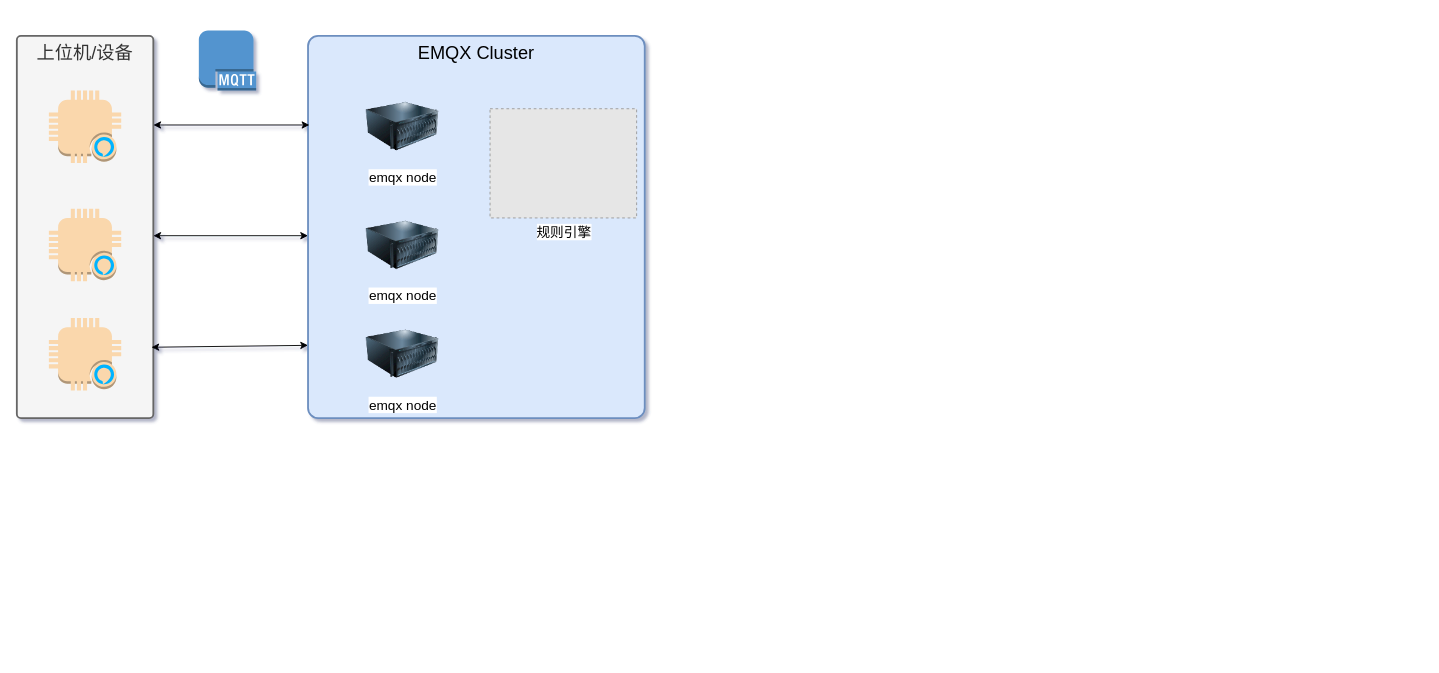
Before: 热工系统架构图.drawio in wandun/drawIo, a draw.io diagram. Source tidied: cells renumbered, new cells numbered last; positions are measured from the earlier drawing's top-left corner, leaving out a move shared by most shapes. Both pictures are drawn from the tidied source at 91%, with x=0, y=0 at pixel (16, 30). Pictures stored in the file or linked from it are replaced by grey dashed boxes.
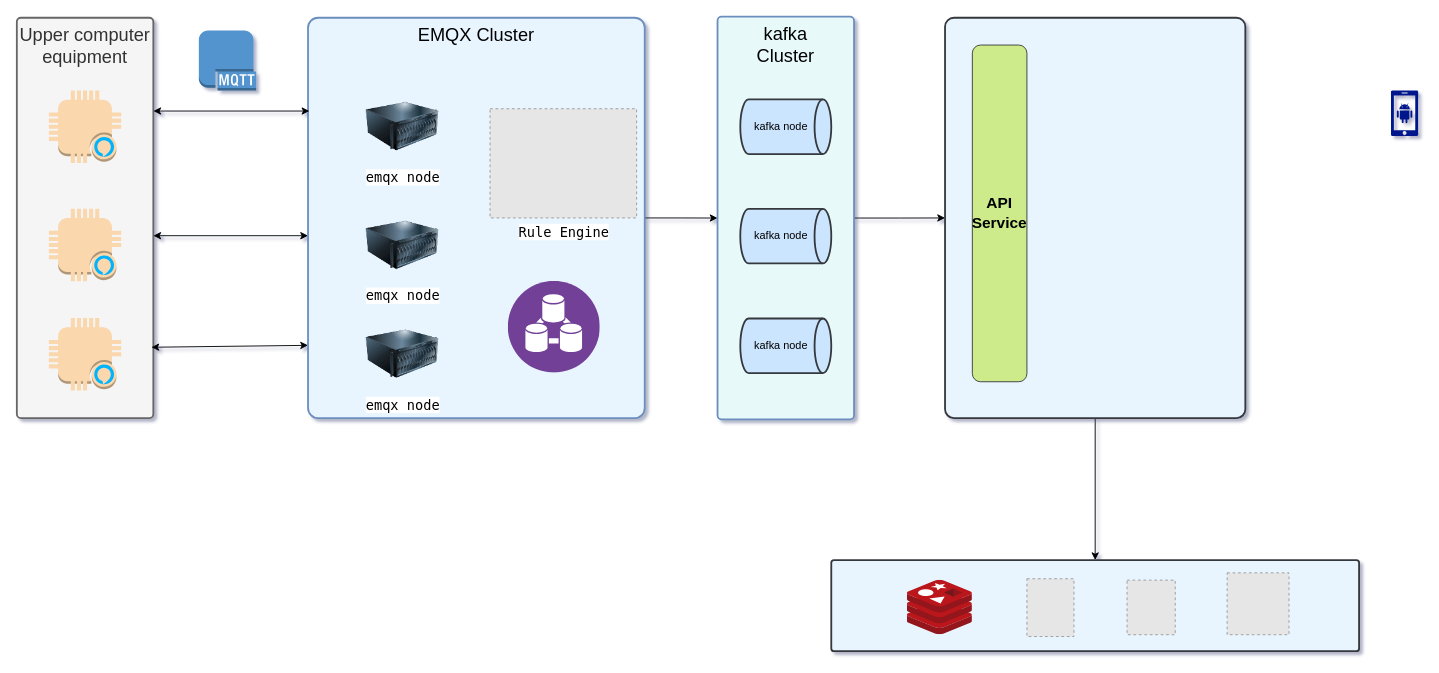
The same page after the edit.

Commit message (it also covers changes not shown here):
更新热工系统架构图.drawio

Change to the diagram source:
```diff
@@
-    <mxCell id="2" value="&lt;font style=&quot;font-size: 20px;&quot;&gt;上位机/设备&lt;/font&gt;" style="rounded=1;whiteSpace=wrap;html=1;shadow=0;strokeWidth=2;fontSize=12;align=center;arcSize=3;verticalAlign=top;fillColor=#f5f5f5;fontColor=#333333;strokeColor=#666666;" parent="1" vertex="1">
-      <mxGeometry y="6" width="150" height="420" as="geometry" />
+    <mxCell id="2" value="&lt;font style=&quot;font-size: 20px;&quot;&gt;Upper computer equipment&lt;/font&gt;" style="rounded=1;whiteSpace=wrap;html=1;shadow=0;strokeWidth=2;fontSize=12;align=center;arcSize=3;verticalAlign=top;fillColor=#f5f5f5;fontColor=#333333;strokeColor=#666666;" parent="1" vertex="1">
+      <mxGeometry y="-14" width="150" height="440" as="geometry" />
     </mxCell>
@@
+    <mxCell id="15" style="edgeStyle=orthogonalEdgeStyle;rounded=0;jettySize=auto;html=1;fontFamily=Helvetica;fontSize=12;fontColor=default;" parent="1" edge="1" source="6" target="17">
+      <mxGeometry relative="1" as="geometry" />
+    </mxCell>
-    <mxCell id="6" value="&lt;font style=&quot;font-size: 20px;&quot;&gt;EMQX Cluster&lt;/font&gt;" style="rounded=1;whiteSpace=wrap;html=1;shadow=0;strokeWidth=2;fontSize=12;align=center;arcSize=3;verticalAlign=top;fillColor=#dae8fc;strokeColor=#6c8ebf;" parent="1" vertex="1">
-      <mxGeometry x="320" y="6" width="370" height="420" as="geometry" />
+    <mxCell id="6" value="&lt;font style=&quot;font-size: 20px;&quot;&gt;EMQX Cluster&lt;/font&gt;" style="rounded=1;whiteSpace=wrap;html=1;shadow=0;strokeWidth=2;fontSize=12;align=center;arcSize=3;verticalAlign=top;fillColor=#E8F5FF;strokeColor=#6c8ebf;" parent="1" vertex="1">
+      <mxGeometry x="320" y="-14" width="370" height="440" as="geometry" />
     </mxCell>
@@
-    <mxCell id="11" value="&lt;font color=&quot;#000000&quot; style=&quot;font-size: 15px;&quot;&gt;emqx node&lt;/font&gt;" style="image;html=1;image=img/lib/clip_art/computers/Server_128x128.png;labelBackgroundColor=default;strokeColor=default;align=center;verticalAlign=top;fontFamily=Helvetica;fontSize=12;fontColor=#75FF30;fillColor=default;" parent="1" vertex="1">
+    <mxCell id="11" value="&lt;font face=&quot;Lucida Console&quot; color=&quot;#000000&quot; style=&quot;font-size: 15px;&quot;&gt;emqx node&lt;/font&gt;" style="image;html=1;image=img/lib/clip_art/computers/Server_128x128.png;labelBackgroundColor=default;strokeColor=default;align=center;verticalAlign=top;fontFamily=Helvetica;fontSize=12;fontColor=#75FF30;fillColor=default;" parent="1" vertex="1">
       <mxGeometry x="384" y="65.5" width="80" height="80" as="geometry" />
     </mxCell>
-    <mxCell id="12" value="&lt;font color=&quot;#000000&quot; style=&quot;font-size: 15px;&quot;&gt;emqx node&lt;/font&gt;" style="image;html=1;image=img/lib/clip_art/computers/Server_128x128.png;labelBackgroundColor=default;strokeColor=default;align=center;verticalAlign=top;fontFamily=Helvetica;fontSize=12;fontColor=#75FF30;fillColor=default;" parent="1" vertex="1">
+    <mxCell id="12" value="&lt;font face=&quot;Lucida Console&quot; color=&quot;#000000&quot; style=&quot;font-size: 15px;&quot;&gt;emqx node&lt;/font&gt;" style="image;html=1;image=img/lib/clip_art/computers/Server_128x128.png;labelBackgroundColor=default;strokeColor=default;align=center;verticalAlign=top;fontFamily=Helvetica;fontSize=12;fontColor=#75FF30;fillColor=default;" parent="1" vertex="1">
       <mxGeometry x="384" y="196" width="80" height="80" as="geometry" />
     </mxCell>
-    <mxCell id="13" value="&lt;font color=&quot;#000000&quot; style=&quot;font-size: 15px;&quot;&gt;emqx node&lt;/font&gt;" style="image;html=1;image=img/lib/clip_art/computers/Server_128x128.png;labelBackgroundColor=default;strokeColor=default;align=center;verticalAlign=top;fontFamily=Helvetica;fontSize=12;fontColor=#75FF30;fillColor=default;" parent="1" vertex="1">
+    <mxCell id="13" value="&lt;font face=&quot;Lucida Console&quot; color=&quot;#000000&quot; style=&quot;font-size: 15px;&quot;&gt;emqx node&lt;/font&gt;" style="image;html=1;image=img/lib/clip_art/computers/Server_128x128.png;labelBackgroundColor=default;strokeColor=default;align=center;verticalAlign=top;fontFamily=Helvetica;fontSize=12;fontColor=#75FF30;fillColor=default;" parent="1" vertex="1">
       <mxGeometry x="384" y="315.5" width="80" height="80" as="geometry" />
     </mxCell>
-    <mxCell id="14" value="&lt;font face=&quot;Lucida Console&quot; style=&quot;font-size: 15px;&quot;&gt;规则引擎&lt;/font&gt;" style="fillColor=#E6E6E6;strokeColor=#999999;dashed=1;verticalLabelPosition=bottom;labelBackgroundColor=#ffffff;verticalAlign=top;align=center;fontFamily=Helvetica;fontSize=12;fontColor=default;html=1;" parent="1" vertex="1">
+    <mxCell id="14" value="&lt;font face=&quot;Lucida Console&quot;&gt;&lt;span style=&quot;font-size: 15px;&quot;&gt;Rule Engine&lt;br&gt;&lt;/span&gt;&lt;/font&gt;" style="fillColor=#E6E6E6;strokeColor=#999999;dashed=1;verticalLabelPosition=bottom;labelBackgroundColor=#ffffff;verticalAlign=top;align=center;fontFamily=Helvetica;fontSize=12;fontColor=default;html=1;" parent="1" vertex="1">
       <mxGeometry x="520" y="86" width="161.1" height="120" as="geometry" />
     </mxCell>
+    <mxCell id="16" style="edgeStyle=orthogonalEdgeStyle;rounded=0;jettySize=auto;html=1;" parent="1" edge="1" source="17" target="23">
+      <mxGeometry relative="1" as="geometry" />
+    </mxCell>
+    <mxCell id="17" value="&lt;font style=&quot;font-size: 20px;&quot;&gt;kafka &lt;br&gt;Cluster&lt;/font&gt;" style="rounded=1;whiteSpace=wrap;html=1;shadow=0;strokeWidth=2;fontSize=12;align=center;arcSize=3;verticalAlign=top;fillColor=#e8f9fa;strokeColor=#6c8ebf;" parent="1" vertex="1">
+      <mxGeometry x="770" y="-15.2" width="150" height="442.5" as="geometry" />
+    </mxCell>
+    <mxCell id="18" value="kafka node&amp;nbsp; &amp;nbsp;" style="strokeWidth=2;html=1;shape=mxgraph.flowchart.direct_data;whiteSpace=wrap;fillColor=#cce5ff;strokeColor=#36393d;" parent="1" vertex="1">
+      <mxGeometry x="795" y="75.8" width="100" height="60" as="geometry" />
+    </mxCell>
+    <mxCell id="19" value="kafka node&amp;nbsp; &amp;nbsp;" style="strokeWidth=2;html=1;shape=mxgraph.flowchart.direct_data;whiteSpace=wrap;fillColor=#cce5ff;strokeColor=#36393d;" parent="1" vertex="1">
+      <mxGeometry x="795" y="196" width="100" height="60" as="geometry" />
+    </mxCell>
+    <mxCell id="20" value="kafka node&amp;nbsp; &amp;nbsp;" style="strokeWidth=2;html=1;shape=mxgraph.flowchart.direct_data;whiteSpace=wrap;fillColor=#cce5ff;strokeColor=#36393d;" parent="1" vertex="1">
+      <mxGeometry x="795" y="316.5" width="100" height="60" as="geometry" />
+    </mxCell>
+    <mxCell id="21" style="image;perimeter=ellipsePerimeter;html=1;align=center;shadow=0;dashed=0;fontColor=#4277BB;labelBackgroundColor=default;fontSize=12;spacingTop=3;image=img/lib/ibm/analytics/data_integration.svg;" parent="1" vertex="1">
+      <mxGeometry x="540" y="275.5" width="101" height="101" as="geometry" />
+    </mxCell>
+    <mxCell id="22" style="edgeStyle=orthogonalEdgeStyle;rounded=0;jettySize=auto;html=1;" parent="1" edge="1" source="23" target="25">
+      <mxGeometry relative="1" as="geometry" />
+    </mxCell>
+    <mxCell id="23" style="whiteSpace=wrap;html=1;verticalAlign=top;fillColor=#E8F5ff;strokeColor=#36393d;rounded=1;shadow=0;strokeWidth=2;arcSize=3;" parent="1" vertex="1">
+      <mxGeometry x="1020" y="-14" width="330" height="440" as="geometry" />
+    </mxCell>
+    <mxCell id="24" value="&lt;b style=&quot;font-size: 17px;&quot;&gt;API&lt;br style=&quot;border-color: var(--border-color);&quot;&gt;Service&lt;/b&gt;" style="rounded=1;whiteSpace=wrap;html=1;fillColor=#cdeb8b;strokeColor=#36393d;" parent="1" vertex="1">
+      <mxGeometry x="1050" y="16" width="60" height="370" as="geometry" />
+    </mxCell>
+    <mxCell id="25" style="whiteSpace=wrap;html=1;verticalAlign=top;fillColor=#E8F5ff;strokeColor=#36393d;rounded=1;shadow=0;strokeWidth=2;arcSize=3;" parent="1" vertex="1">
+      <mxGeometry x="895" y="582" width="580" height="100" as="geometry" />
+    </mxCell>
+    <mxCell id="26" style="image;sketch=0;html=1;align=center;fontSize=12;image=img/lib/mscae/Cache_Redis_Product.svg;" parent="1" vertex="1">
+      <mxGeometry x="978.6" y="604" width="71.4" height="60" as="geometry" />
+    </mxCell>
+    <mxCell id="27" style="fillColor=#E6E6E6;strokeColor=#999999;dashed=1;verticalLabelPosition=bottom;labelBackgroundColor=#ffffff;verticalAlign=top;" parent="1" vertex="1">
+      <mxGeometry x="1220" y="604" width="53" height="60" as="geometry" />
+    </mxCell>
+    <mxCell id="28" style="fillColor=#E6E6E6;strokeColor=#999999;dashed=1;verticalLabelPosition=bottom;labelBackgroundColor=#ffffff;verticalAlign=top;" parent="1" vertex="1">
+      <mxGeometry x="1330" y="596" width="68" height="68" as="geometry" />
+    </mxCell>
+    <mxCell id="29" style="sketch=0;shadow=0;dashed=0;html=1;strokeColor=none;labelPosition=center;verticalLabelPosition=bottom;verticalAlign=top;align=center;fillColor=#00188D;shape=mxgraph.mscae.enterprise.android_phone;" parent="1" vertex="1">
+      <mxGeometry x="1510" y="66" width="30" height="50" as="geometry" />
+    </mxCell>
+    <mxCell id="30" style="fillColor=#E6E6E6;strokeColor=#999999;dashed=1;verticalLabelPosition=bottom;labelBackgroundColor=#ffffff;verticalAlign=top;" parent="1" vertex="1">
+      <mxGeometry x="1110" y="602.5" width="51.7" height="63.5" as="geometry" />
+    </mxCell>
```
